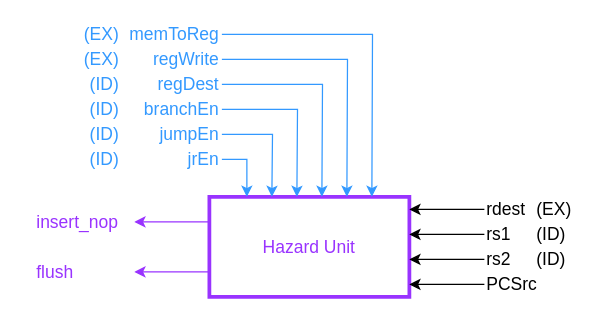
This is page "Hazard Unit" (10 of 16) of docs/dlx_architecture.drawio from lorenzobadas/DLX, a draw.io file, before an edit. Source tidied: cells renumbered, new cells numbered last; positions are measured from the earlier drawing's top-left corner, leaving out a move shared by most shapes. Both pictures are drawn from the tidied source at 125%, with x=0, y=0 at pixel (34, 21).
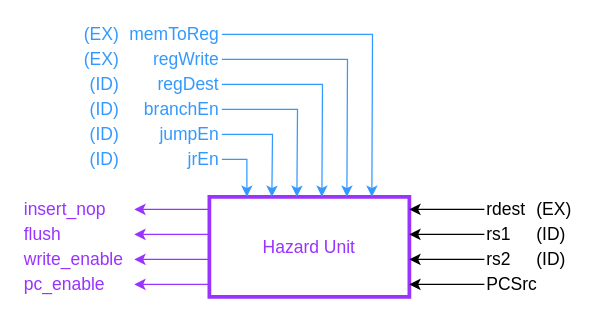
Above is the later version.

The change refers to these unchanged cells:
```xml
<mxCell id="4" value="&lt;font style=&quot;color: rgb(153, 51, 255);&quot;&gt;Hazard Unit&lt;/font&gt;" style="rounded=0;whiteSpace=wrap;html=1;strokeColor=#9933FF;strokeWidth=3;fontSize=14;" parent="1" vertex="1">
  <mxGeometry x="140" y="140" width="160" height="80" as="geometry" />
</mxCell>
```

The edit, as a diff of the source:
```diff
@@
-    <mxCell id="2" style="edgeStyle=orthogonalEdgeStyle;rounded=0;jettySize=auto;html=1;exitX=0;exitY=0.25;exitDx=0;exitDy=0;entryX=1;entryY=0.5;entryDx=0;entryDy=0;strokeColor=#9933FF;fontSize=14;" parent="1" edge="1" source="4" target="5">
-      <mxGeometry relative="1" as="geometry" />
-    </mxCell>
-    <mxCell id="3" style="edgeStyle=orthogonalEdgeStyle;rounded=0;jettySize=auto;html=1;exitX=0;exitY=0.75;exitDx=0;exitDy=0;entryX=1;entryY=0.5;entryDx=0;entryDy=0;strokeColor=#9933FF;fontSize=14;" parent="1" edge="1" source="4" target="6">
-      <mxGeometry relative="1" as="geometry" />
-    </mxCell>
@@
-    <mxCell id="5" value="insert_nop" style="text;html=1;align=left;verticalAlign=middle;whiteSpace=wrap;rounded=0;fontSize=14;fontColor=#9933FF;" parent="1" vertex="1">
-      <mxGeometry y="150" width="80" height="20" as="geometry" />
-    </mxCell>
-    <mxCell id="6" value="flush" style="text;html=1;align=left;verticalAlign=middle;whiteSpace=wrap;rounded=0;fontSize=14;fontColor=#9933FF;" parent="1" vertex="1">
-      <mxGeometry y="190" width="80" height="20" as="geometry" />
-    </mxCell>
@@
+    <mxCell id="36" style="rounded=0;jettySize=auto;html=1;exitX=0;exitY=0.25;exitDx=0;exitDy=0;entryX=1;entryY=0.5;entryDx=0;entryDy=0;strokeColor=#9933FF;fontSize=14;" parent="1" edge="1" target="5">
+      <mxGeometry relative="1" as="geometry">
+        <mxPoint x="140" y="150" as="sourcePoint" />
+      </mxGeometry>
+    </mxCell>
+    <mxCell id="37" style="rounded=0;jettySize=auto;html=1;exitX=0;exitY=0.75;exitDx=0;exitDy=0;entryX=1;entryY=0.5;entryDx=0;entryDy=0;strokeColor=#9933FF;fontSize=14;" parent="1" edge="1" target="6">
+      <mxGeometry relative="1" as="geometry">
+        <mxPoint x="140" y="170" as="sourcePoint" />
+      </mxGeometry>
+    </mxCell>
+    <mxCell id="5" value="insert_nop" style="text;html=1;align=left;verticalAlign=middle;whiteSpace=wrap;rounded=0;fontSize=14;fontColor=#9933FF;" parent="1" vertex="1">
+      <mxGeometry x="-10" y="140" width="90" height="20" as="geometry" />
+    </mxCell>
+    <mxCell id="6" value="flush" style="text;html=1;align=left;verticalAlign=middle;whiteSpace=wrap;rounded=0;fontSize=14;fontColor=#9933FF;" parent="1" vertex="1">
+      <mxGeometry x="-10" y="160" width="90" height="20" as="geometry" />
+    </mxCell>
+    <mxCell id="38" style="rounded=0;jettySize=auto;html=1;exitX=0;exitY=0.25;exitDx=0;exitDy=0;entryX=1;entryY=0.5;entryDx=0;entryDy=0;strokeColor=#9933FF;fontSize=14;" parent="1" edge="1" target="40">
+      <mxGeometry relative="1" as="geometry">
+        <mxPoint x="140" y="190" as="sourcePoint" />
+      </mxGeometry>
+    </mxCell>
+    <mxCell id="39" style="rounded=0;jettySize=auto;html=1;exitX=0;exitY=0.75;exitDx=0;exitDy=0;entryX=1;entryY=0.5;entryDx=0;entryDy=0;strokeColor=#9933FF;fontSize=14;" parent="1" edge="1" target="41">
+      <mxGeometry relative="1" as="geometry">
+        <mxPoint x="140" y="210" as="sourcePoint" />
+      </mxGeometry>
+    </mxCell>
+    <mxCell id="40" value="write_enable" style="text;html=1;align=left;verticalAlign=middle;whiteSpace=wrap;rounded=0;fontSize=14;fontColor=#9933FF;" parent="1" vertex="1">
+      <mxGeometry x="-10" y="180" width="90" height="20" as="geometry" />
+    </mxCell>
+    <mxCell id="41" value="pc_enable" style="text;html=1;align=left;verticalAlign=middle;whiteSpace=wrap;rounded=0;fontSize=14;fontColor=#9933FF;" parent="1" vertex="1">
+      <mxGeometry x="-10" y="200" width="90" height="20" as="geometry" />
+    </mxCell>
```
